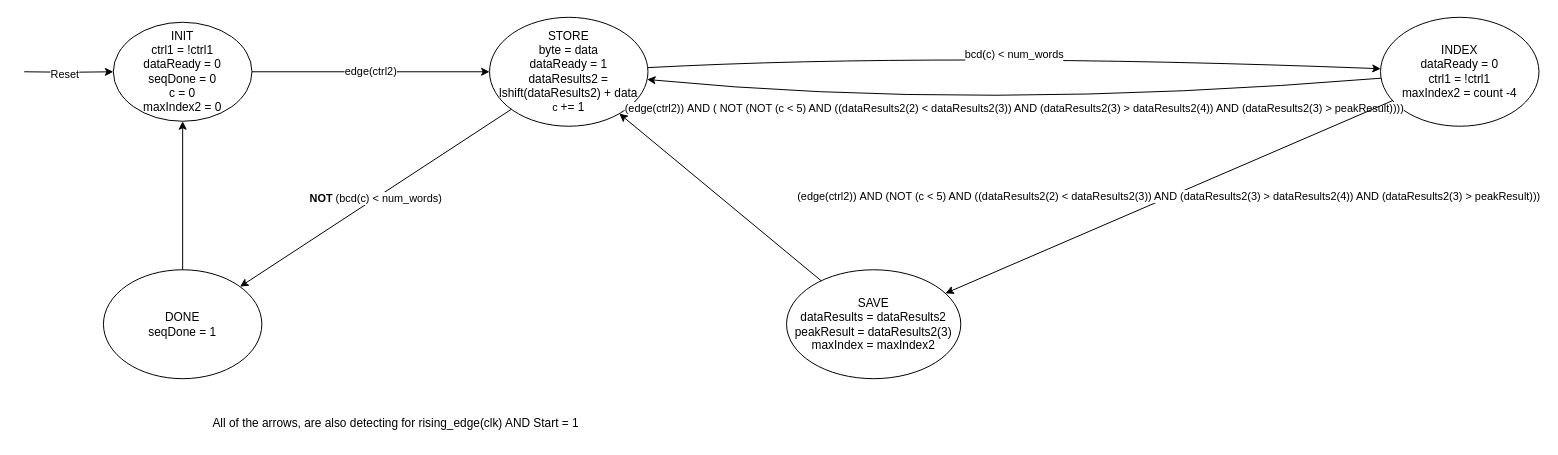
This is FSM.drawio from OscarHdez103/DigProjFSM, a draw.io file, before an edit. Source tidied: cells renumbered, new cells numbered last; positions are measured from the earlier drawing's top-left corner, leaving out a move shared by most shapes. Both pictures are drawn from the tidied source at 99%, with x=0, y=0 at pixel (24, 17).
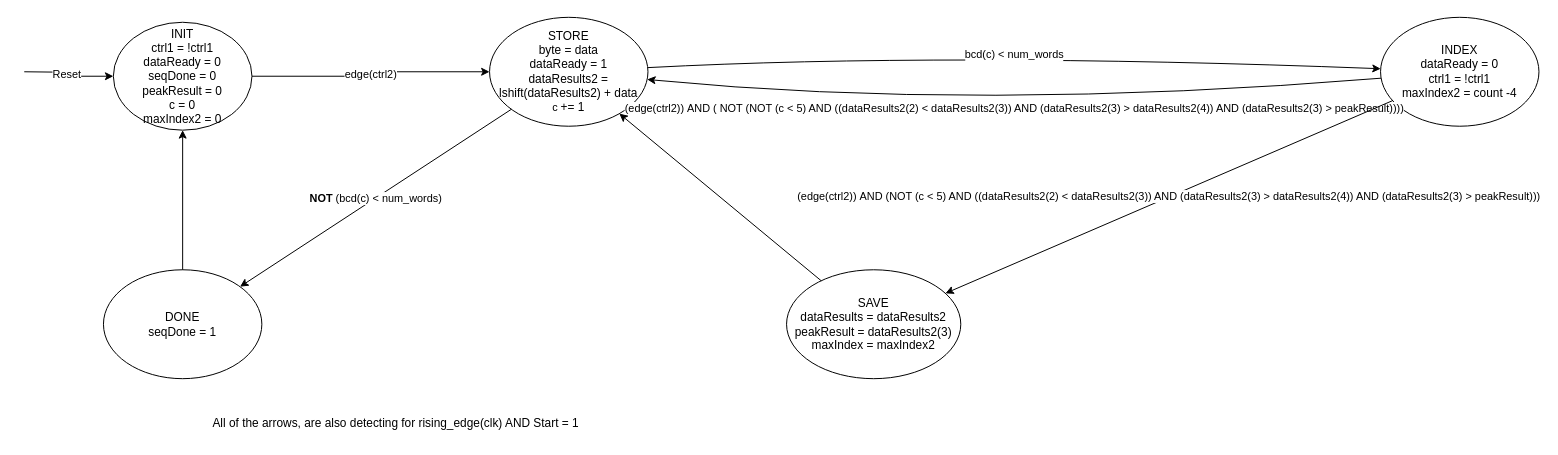
After the change.

The edit, as a diff of the source:
```diff
@@
-    <mxCell id="3" value="INIT&lt;div&gt;ctrl1 = !ctrl1&lt;/div&gt;&lt;div&gt;dataReady = 0&lt;/div&gt;&lt;div&gt;seqDone = 0&lt;/div&gt;&lt;div&gt;c = 0&lt;/div&gt;&lt;div&gt;maxIndex2 = 0&lt;/div&gt;" style="ellipse;whiteSpace=wrap;html=1;" parent="1" vertex="1">
-      <mxGeometry x="90" y="5" width="140" height="100" as="geometry" />
+    <mxCell id="3" value="INIT&lt;div&gt;ctrl1 = !ctrl1&lt;/div&gt;&lt;div&gt;dataReady = 0&lt;/div&gt;&lt;div&gt;seqDone = 0&lt;/div&gt;&lt;div&gt;peakResult = 0&lt;/div&gt;&lt;div&gt;c = 0&lt;/div&gt;&lt;div&gt;maxIndex2 = 0&lt;/div&gt;" style="ellipse;whiteSpace=wrap;html=1;" parent="1" vertex="1">
+      <mxGeometry x="90" y="5" width="140" height="109" as="geometry" />
     </mxCell>
```
